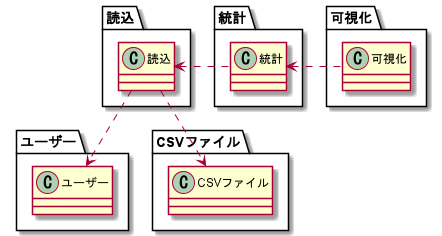
The PlantUML diagram docs/design/uml/PackageDiagram/PackageDiagram.png in ShisatoYano/CsvDataAnalyzer, before a commit. Its diagram source:
```plantuml
@startuml

package 読込 {
    class 読込
}

package 統計 {
    class 統計
    読込 <. 統計
}

package 可視化 {
    class 可視化
    統計 <. 可視化
}

package ユーザー {
    class ユーザー
    読込 ..> ユーザー
}

package CSVファイル {
    class CSVファイル
    読込 ..> CSVファイル
}

@enduml
```
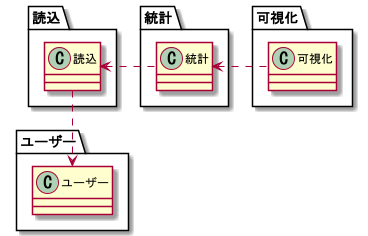
After the commit.

Commit message:
removed csv file package

Change to the diagram source:
```diff
@@ -19,9 +19,4 @@
     読込 ..> ユーザー
 }
 
-package CSVファイル {
-    class CSVファイル
-    読込 ..> CSVファイル
-}
-
 @enduml
```
